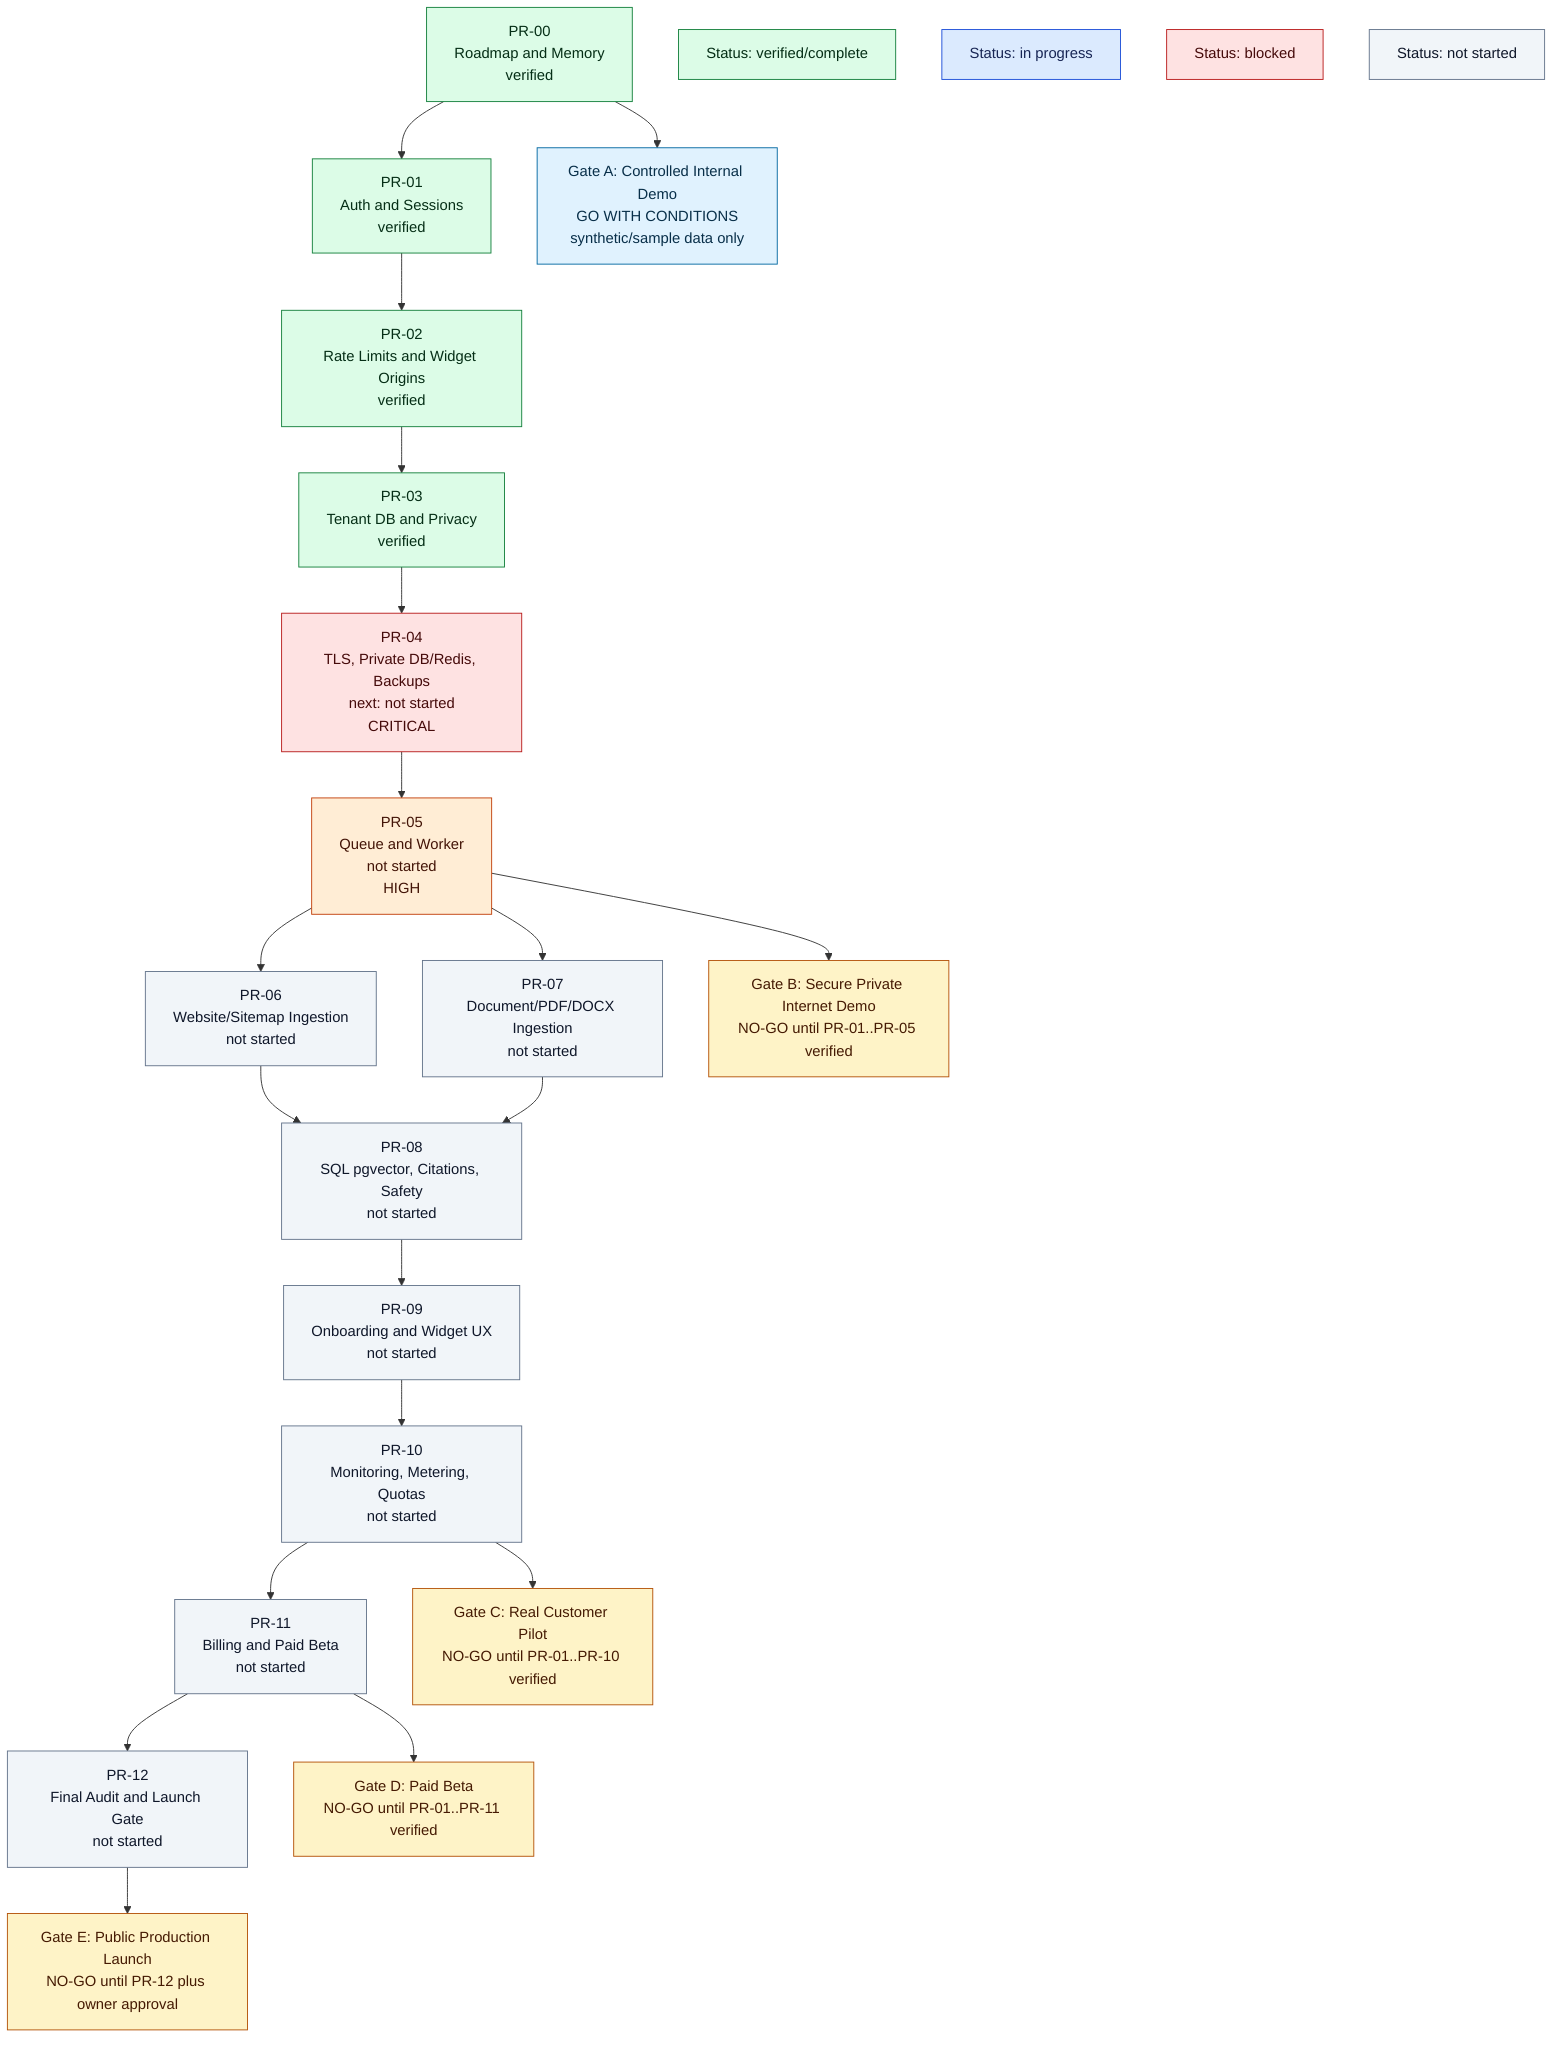
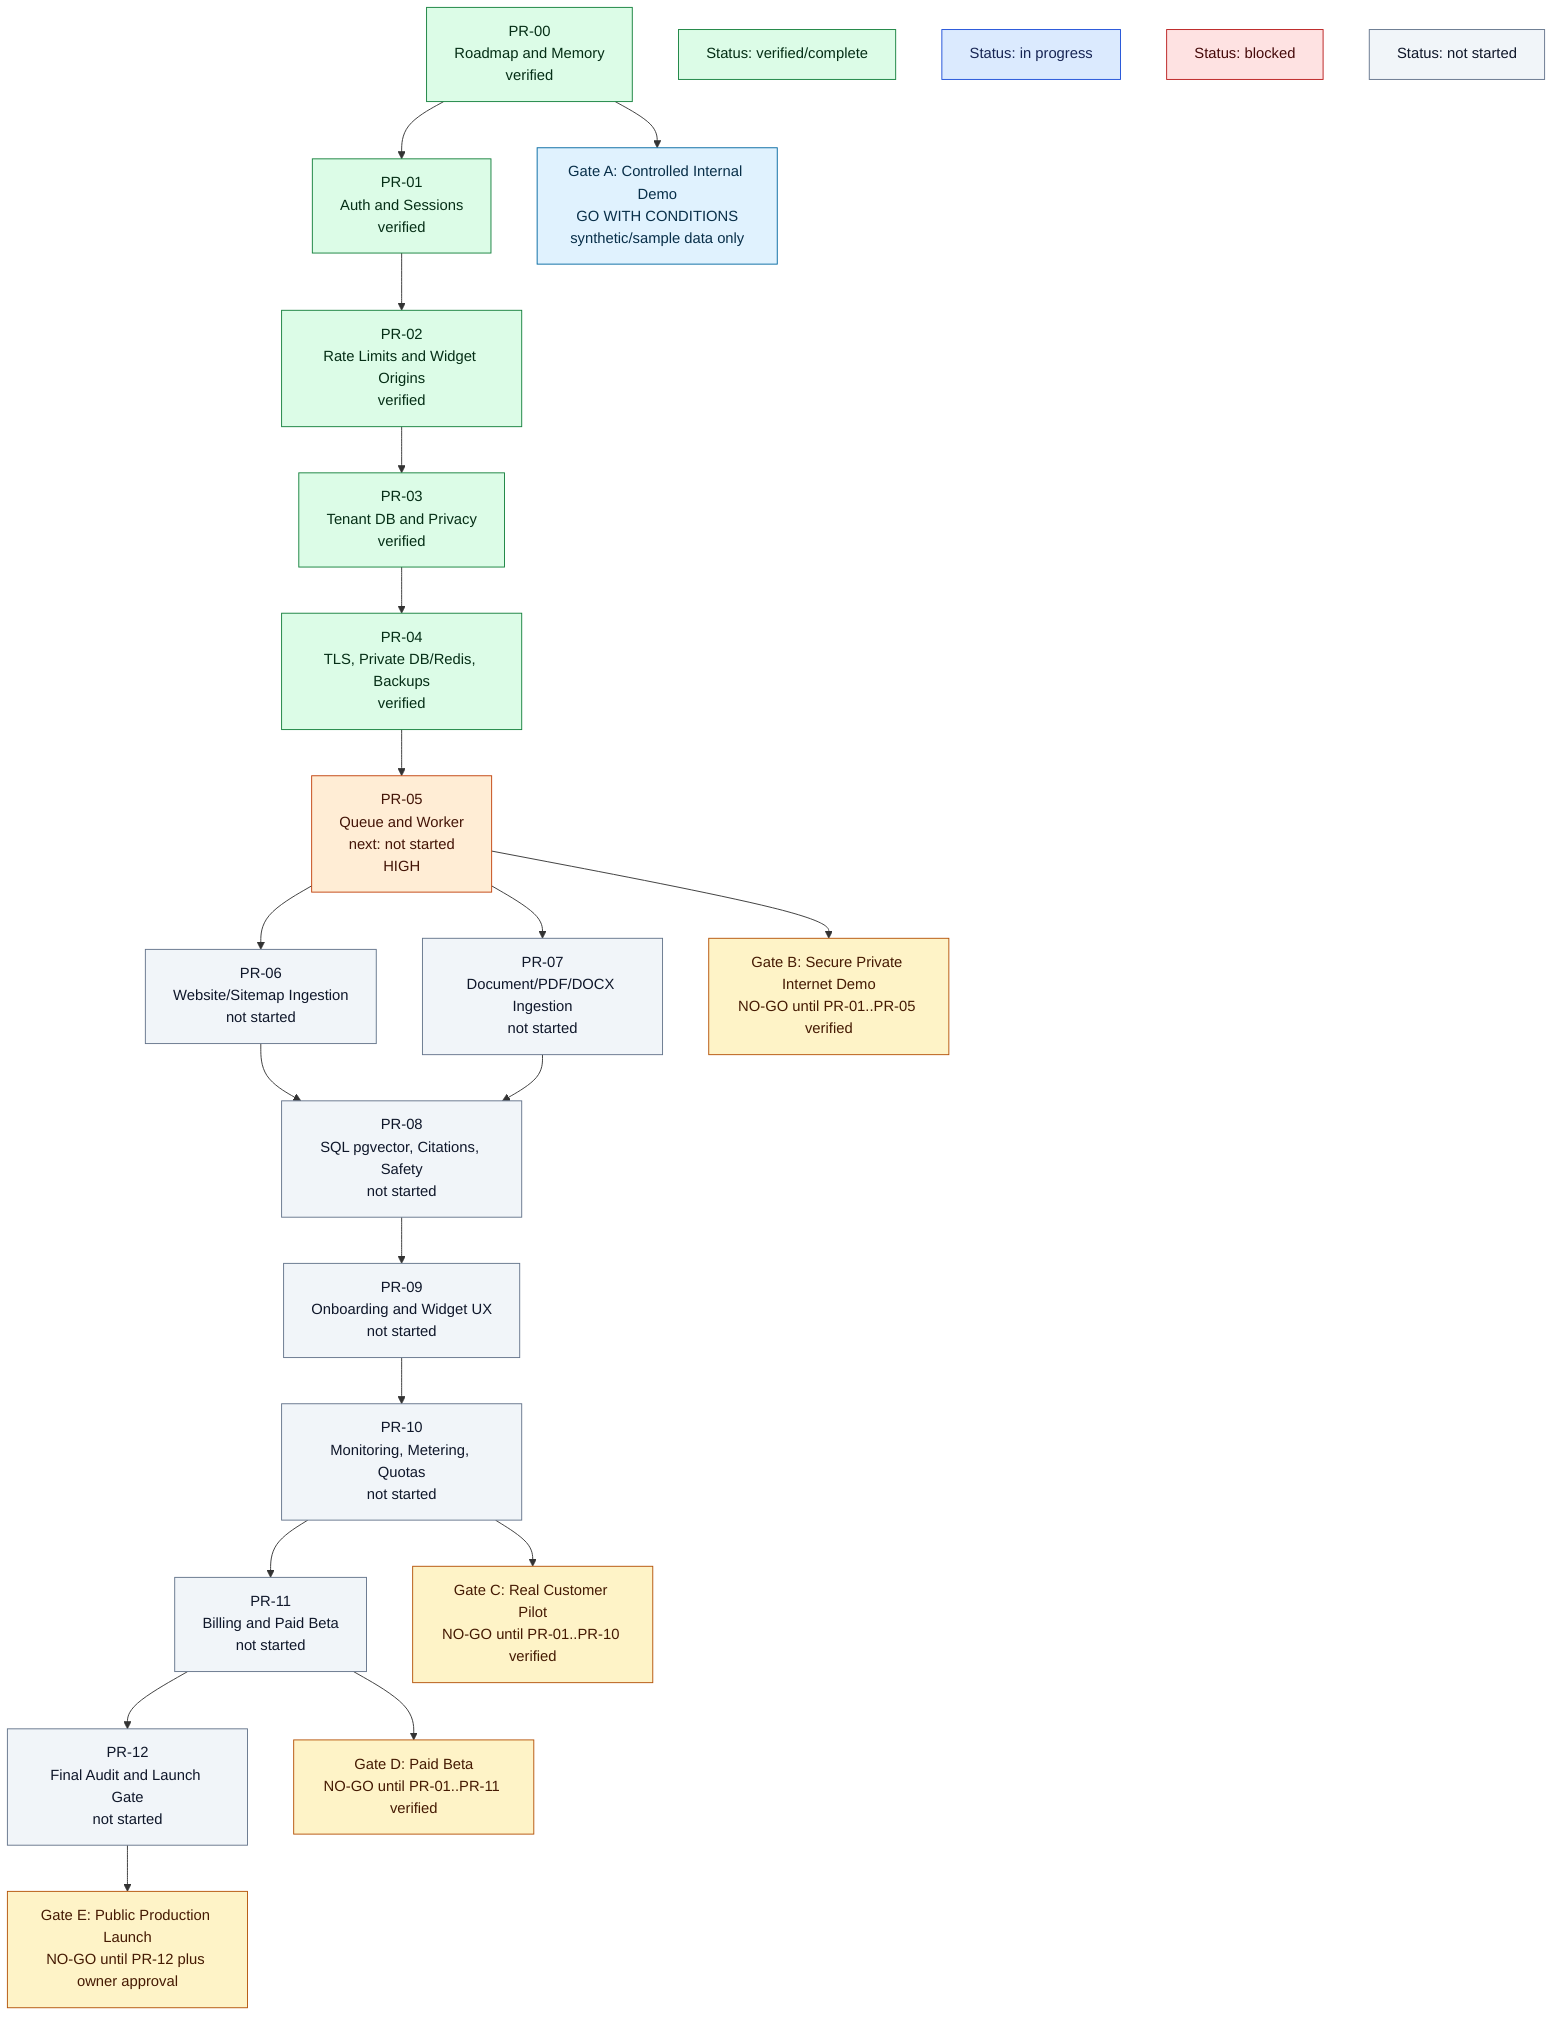
flowchart TB
    PR00["PR-00<br/>Roadmap and Memory<br/>verified"]
    PR01["PR-01<br/>Auth and Sessions<br/>verified"]
    PR02["PR-02<br/>Rate Limits and Widget Origins<br/>verified"]
    PR03["PR-03<br/>Tenant DB and Privacy<br/>verified"]
-     PR04["PR-04<br/>TLS, Private DB/Redis, Backups<br/>next: not started<br/>CRITICAL"]
-     PR05["PR-05<br/>Queue and Worker<br/>not started<br/>HIGH"]
+     PR04["PR-04<br/>TLS, Private DB/Redis, Backups<br/>verified"]
+     PR05["PR-05<br/>Queue and Worker<br/>next: not started<br/>HIGH"]
    PR06["PR-06<br/>Website/Sitemap Ingestion<br/>not started"]
    PR07["PR-07<br/>Document/PDF/DOCX Ingestion<br/>not started"]
    PR08["PR-08<br/>SQL pgvector, Citations, Safety<br/>not started"]
    PR09["PR-09<br/>Onboarding and Widget UX<br/>not started"]
    PR10["PR-10<br/>Monitoring, Metering, Quotas<br/>not started"]
    PR11["PR-11<br/>Billing and Paid Beta<br/>not started"]
    PR12["PR-12<br/>Final Audit and Launch Gate<br/>not started"]

    GateA["Gate A: Controlled Internal Demo<br/>GO WITH CONDITIONS<br/>synthetic/sample data only"]
    GateB["Gate B: Secure Private Internet Demo<br/>NO-GO until PR-01..PR-05 verified"]
    GateC["Gate C: Real Customer Pilot<br/>NO-GO until PR-01..PR-10 verified"]
    GateD["Gate D: Paid Beta<br/>NO-GO until PR-01..PR-11 verified"]
    GateE["Gate E: Public Production Launch<br/>NO-GO until PR-12 plus owner approval"]
    LegendVerified["Status: verified/complete"]
    LegendProgress["Status: in progress"]
    LegendBlocked["Status: blocked"]
    LegendPending["Status: not started"]

    PR00 --> PR01 --> PR02 --> PR03 --> PR04 --> PR05
    PR05 --> PR06
    PR05 --> PR07
    PR06 --> PR08
    PR07 --> PR08
    PR08 --> PR09 --> PR10 --> PR11 --> PR12
    PR00 --> GateA
    PR05 --> GateB
    PR10 --> GateC
    PR11 --> GateD
    PR12 --> GateE

    classDef verified fill:#dcfce7,stroke:#15803d,color:#052e16
    classDef inProgress fill:#dbeafe,stroke:#1d4ed8,color:#172554
    classDef blocked fill:#fee2e2,stroke:#b91c1c,color:#450a0a
    classDef critical fill:#fee2e2,stroke:#b91c1c,color:#450a0a
    classDef high fill:#ffedd5,stroke:#c2410c,color:#431407
    classDef pending fill:#f1f5f9,stroke:#64748b,color:#0f172a
    classDef gateOk fill:#e0f2fe,stroke:#0369a1,color:#082f49
    classDef gateNo fill:#fef3c7,stroke:#b45309,color:#451a03

-     class PR00,PR01,PR02,PR03 verified
-     class PR04 critical
+     class PR00,PR01,PR02,PR03,PR04 verified
    class PR05 high
    class PR06,PR07,PR08,PR09,PR10,PR11,PR12 pending
    class GateA gateOk
    class GateB,GateC,GateD,GateE gateNo
    class LegendVerified verified
    class LegendProgress inProgress
    class LegendBlocked blocked
    class LegendPending pending
